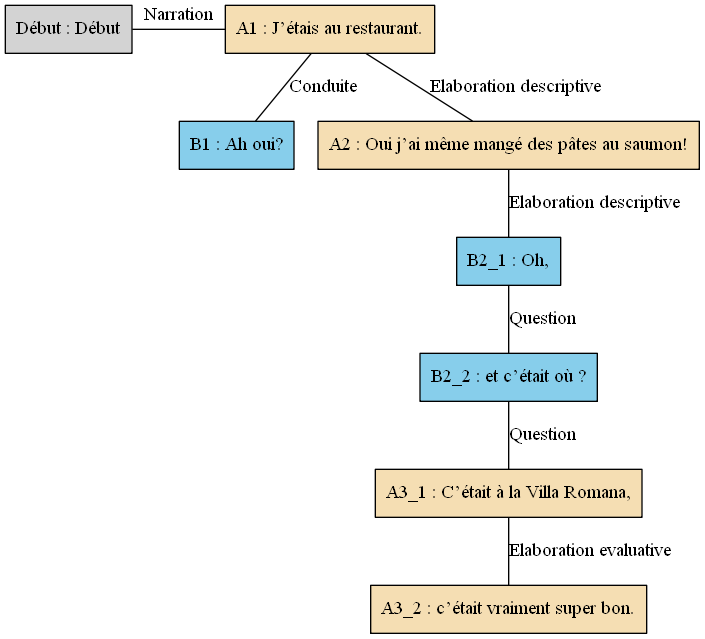
Above: arbres/Bac_a_sable/Bac_a_sable_-_C09.gv.png in AlaixComet/AnnotationSlamPTut (Graphviz), before the change. Its source is kept beside it as arbres/Bac_a_sable/Bac_a_sable_-_C09.gv. Source of this version:
```dot
digraph C09 {
	node [shape=box style=filled]
	"Début" [label="Début : Début"]
	A1 [label="A1 : J’étais au restaurant." fillcolor=wheat]
	B1 [label="B1 : Ah oui?" fillcolor=skyblue]
	A2 [label="A2 : Oui j’ai même mangé des pâtes au saumon!" fillcolor=wheat]
	B2_1 [label="B2_1 : Oh," fillcolor=skyblue]
	B2_2 [label="B2_2 : et c’était où ?" fillcolor=skyblue]
	A3_1 [label="A3_1 : C’était à la Villa Romana," fillcolor=wheat]
	A3_2 [label="A3_2 : c’était vraiment super bon." fillcolor=wheat]
	{
		rank=same
		"Début"
		A1
		"Début" -> A1 [label=Narration dir=none]
	}
	A1 -> B1 [label=Conduite dir=none]
	A2 -> B2_1 [label="Elaboration descriptive" dir=none]
	B2_1 -> B2_2 [label=Question dir=none]
	B2_2 -> A3_1 [label=Question dir=none]
	A3_1 -> A3_2 [label="Elaboration evaluative" dir=none]
	A1 -> A2 [label="Elaboration descriptive" dir=none]
}
```
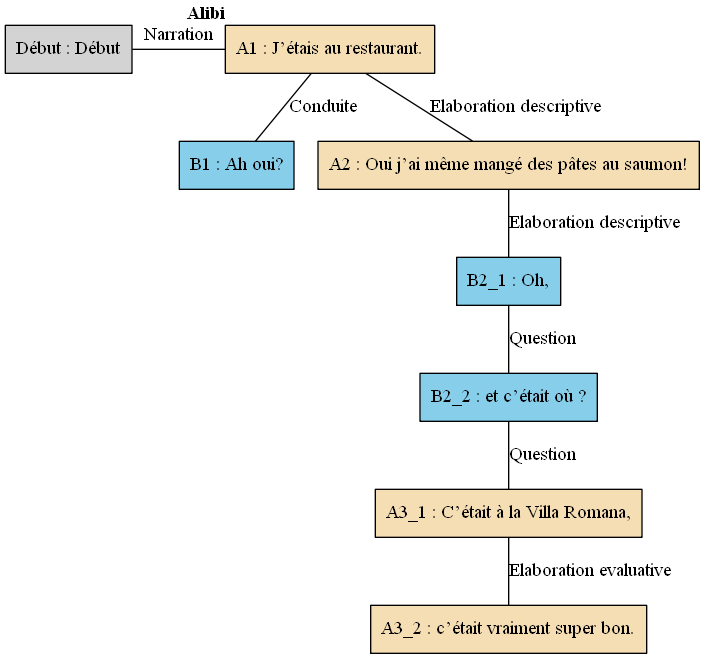
Later version of the same file.

Diff of the diagram source:
```diff
@@ -1,13 +1,13 @@
 digraph C09 {
 	node [shape=box style=filled]
-	"Début" [label="Début : Début"]
-	A1 [label="A1 : J’étais au restaurant." fillcolor=wheat]
-	B1 [label="B1 : Ah oui?" fillcolor=skyblue]
-	A2 [label="A2 : Oui j’ai même mangé des pâtes au saumon!" fillcolor=wheat]
-	B2_1 [label="B2_1 : Oh," fillcolor=skyblue]
-	B2_2 [label="B2_2 : et c’était où ?" fillcolor=skyblue]
-	A3_1 [label="A3_1 : C’était à la Villa Romana," fillcolor=wheat]
-	A3_2 [label="A3_2 : c’était vraiment super bon." fillcolor=wheat]
+	"Début" [label="Début : Début" xlabel=""]
+	A1 [label="A1 : J’étais au restaurant." fillcolor=wheat xlabel=<<B>Alibi</B>>]
+	B1 [label="B1 : Ah oui?" fillcolor=skyblue xlabel=""]
+	A2 [label="A2 : Oui j’ai même mangé des pâtes au saumon!" fillcolor=wheat xlabel=""]
+	B2_1 [label="B2_1 : Oh," fillcolor=skyblue xlabel=""]
+	B2_2 [label="B2_2 : et c’était où ?" fillcolor=skyblue xlabel=""]
+	A3_1 [label="A3_1 : C’était à la Villa Romana," fillcolor=wheat xlabel=""]
+	A3_2 [label="A3_2 : c’était vraiment super bon." fillcolor=wheat xlabel=""]
 	{
 		rank=same
 		"Début"
```
